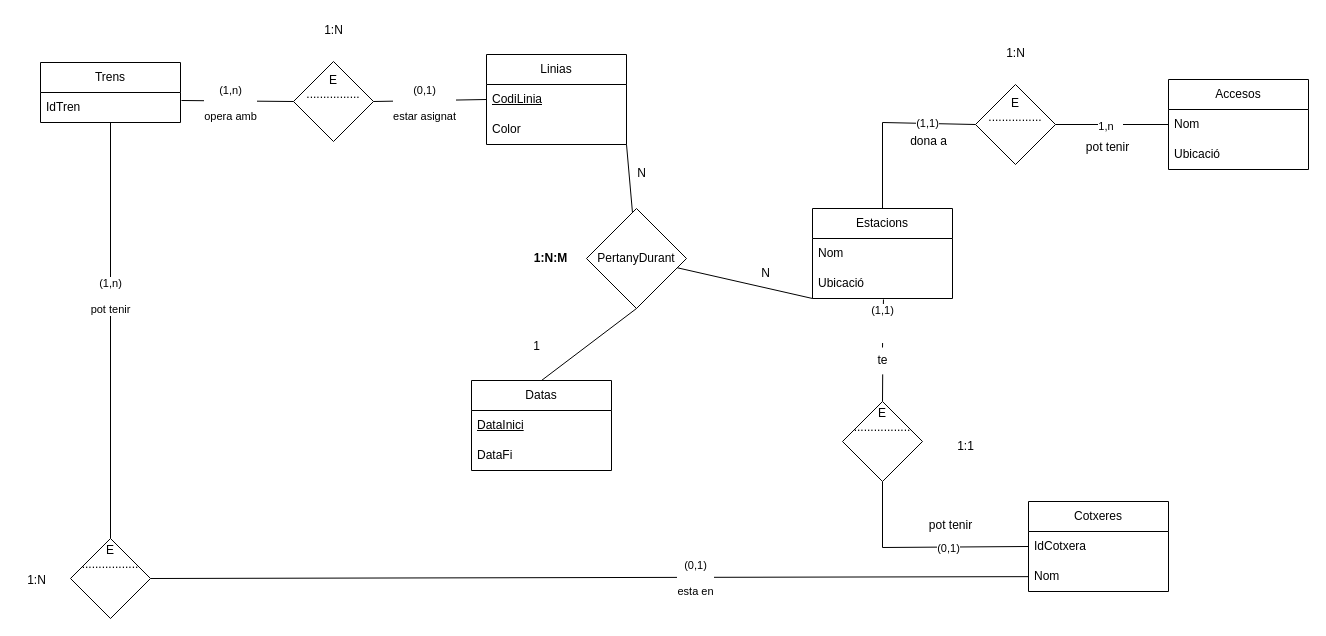
Above: 0377-ASGBD (M10)/drawio/metrobarcelona.drawio in gxldnn/edt (draw.io), before the change. Source tidied: cells renumbered, new cells numbered last; positions are measured from the earlier drawing's top-left corner, leaving out a move shared by most shapes. Both pictures are drawn from the tidied source at 100%, with x=0, y=0 at pixel (17, 17).
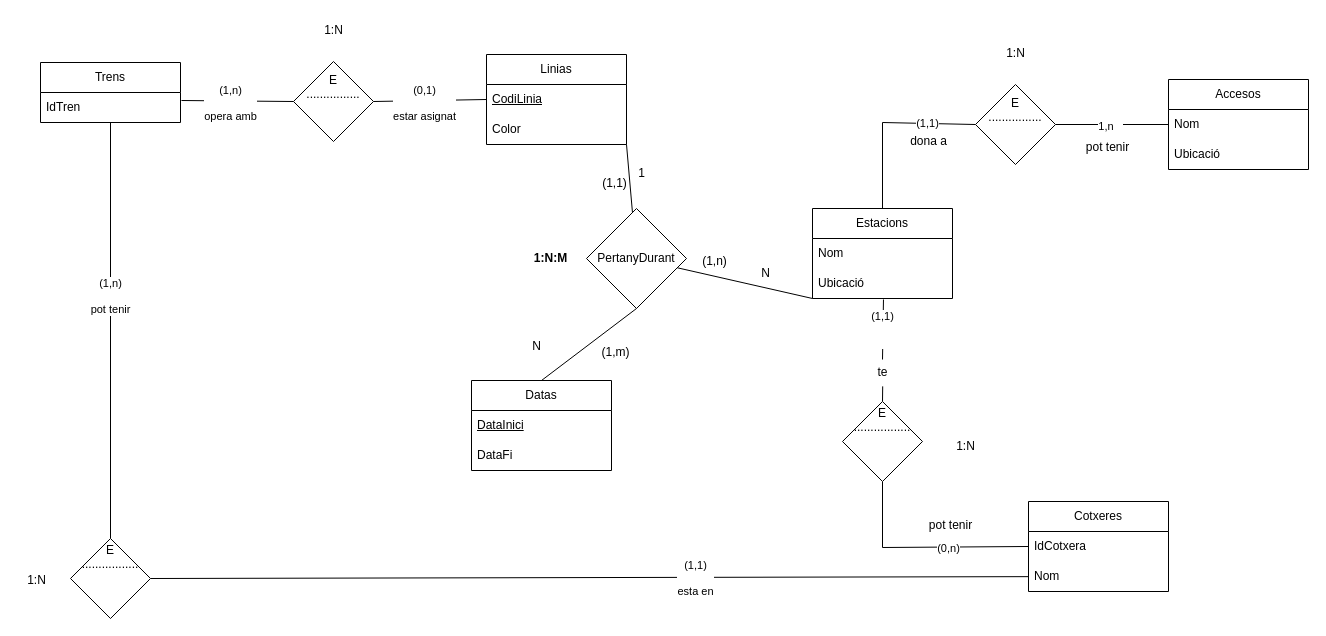
The same diagram, later.

Unchanged cells that the change refers to:
```xml
<mxCell id="41" style="endArrow=none;html=1;rounded=0;entryX=0.5;entryY=1;entryDx=0;entryDy=0;exitX=0;exitY=0.5;exitDx=0;exitDy=0;" parent="1" edge="1" source="44" target="54">
  <mxGeometry relative="1" as="geometry">
    <Array as="points">
      <mxPoint x="865" y="530" />
    </Array>
  </mxGeometry>
</mxCell>
<mxCell id="48" style="endArrow=none;html=1;rounded=0;entryX=1;entryY=0.5;entryDx=0;entryDy=0;" parent="1" edge="1" source="45" target="51">
  <mxGeometry relative="1" as="geometry" />
</mxCell>
```

Diff of the diagram source:
```diff
@@
-    <mxCell id="19" value="N" style="text;html=1;align=center;verticalAlign=middle;strokeColor=none;fillColor=none;" parent="1" vertex="1">
-      <mxGeometry x="610.5" y="143" width="27" height="26" as="geometry" />
+    <mxCell id="19" value="1" style="text;html=1;align=center;verticalAlign=middle;strokeColor=none;fillColor=none;" parent="1" vertex="1">
+      <mxGeometry x="611.5" y="143" width="25" height="26" as="geometry" />
     </mxCell>
@@
-    <mxCell id="21" value="1" style="text;html=1;align=center;verticalAlign=middle;strokeColor=none;fillColor=none;" parent="1" vertex="1">
-      <mxGeometry x="506.5" y="316" width="25" height="26" as="geometry" />
+    <mxCell id="21" value="N" style="text;html=1;align=center;verticalAlign=middle;strokeColor=none;fillColor=none;" parent="1" vertex="1">
+      <mxGeometry x="505.5" y="316" width="27" height="26" as="geometry" />
     </mxCell>
@@
-    <mxCell id="42" value="(0,1)" style="edgeLabel;html=1;align=center;verticalAlign=middle;" parent="41" vertex="1">
+    <mxCell id="42" value="(0,n)" style="edgeLabel;html=1;align=center;verticalAlign=middle;" parent="41" vertex="1">
       <mxGeometry x="-0.24" y="1" relative="1" as="geometry" />
     </mxCell>
@@
-    <mxCell id="49" value="(0,1)&lt;div&gt;&lt;br&gt;&lt;/div&gt;&lt;div&gt;esta en&lt;/div&gt;" style="edgeLabel;html=1;align=center;verticalAlign=middle;" parent="48" vertex="1">
+    <mxCell id="49" value="(1,1)&lt;div&gt;&lt;br&gt;&lt;/div&gt;&lt;div&gt;esta en&lt;/div&gt;" style="edgeLabel;html=1;align=center;verticalAlign=middle;" parent="48" vertex="1">
       <mxGeometry x="-0.24" y="1" relative="1" as="geometry" />
     </mxCell>
@@
     <mxCell id="53" style="group;" parent="1" vertex="1">
-      <mxGeometry x="825" y="384" width="140" height="80" as="geometry" />
+      <mxGeometry x="825" y="384" width="141" height="80" as="geometry" />
     </mxCell>
@@
-    <mxCell id="55" value="1:1" style="text;html=1;align=center;verticalAlign=middle;strokeColor=none;fillColor=none;" parent="53" vertex="1">
-      <mxGeometry x="105" y="32" width="35" height="26" as="geometry" />
+    <mxCell id="55" value="1:N" style="text;html=1;align=center;verticalAlign=middle;strokeColor=none;fillColor=none;" parent="53" vertex="1">
+      <mxGeometry x="104" y="32" width="37" height="26" as="geometry" />
     </mxCell>
@@
     <mxCell id="57" value="te" style="text;html=1;align=center;verticalAlign=middle;points=[];strokeColor=none;fillColor=none;" parent="1" vertex="1">
-      <mxGeometry x="851" y="330" width="28" height="26" as="geometry" />
+      <mxGeometry x="851" y="342" width="28" height="26" as="geometry" />
     </mxCell>
@@
+    <mxCell id="61" value="(1,m)" style="text;html=1;align=center;verticalAlign=middle;strokeColor=none;fillColor=none;" parent="1" vertex="1">
+      <mxGeometry x="574.5" y="322" width="46" height="26" as="geometry" />
+    </mxCell>
+    <mxCell id="62" value="(1,n)" style="text;html=1;align=center;verticalAlign=middle;strokeColor=none;fillColor=none;" parent="1" vertex="1">
+      <mxGeometry x="675.5" y="231" width="43" height="26" as="geometry" />
+    </mxCell>
+    <mxCell id="63" value="(1,1)" style="text;html=1;align=center;verticalAlign=middle;strokeColor=none;fillColor=none;" parent="1" vertex="1">
+      <mxGeometry x="575.5" y="153" width="43" height="26" as="geometry" />
+    </mxCell>
```
